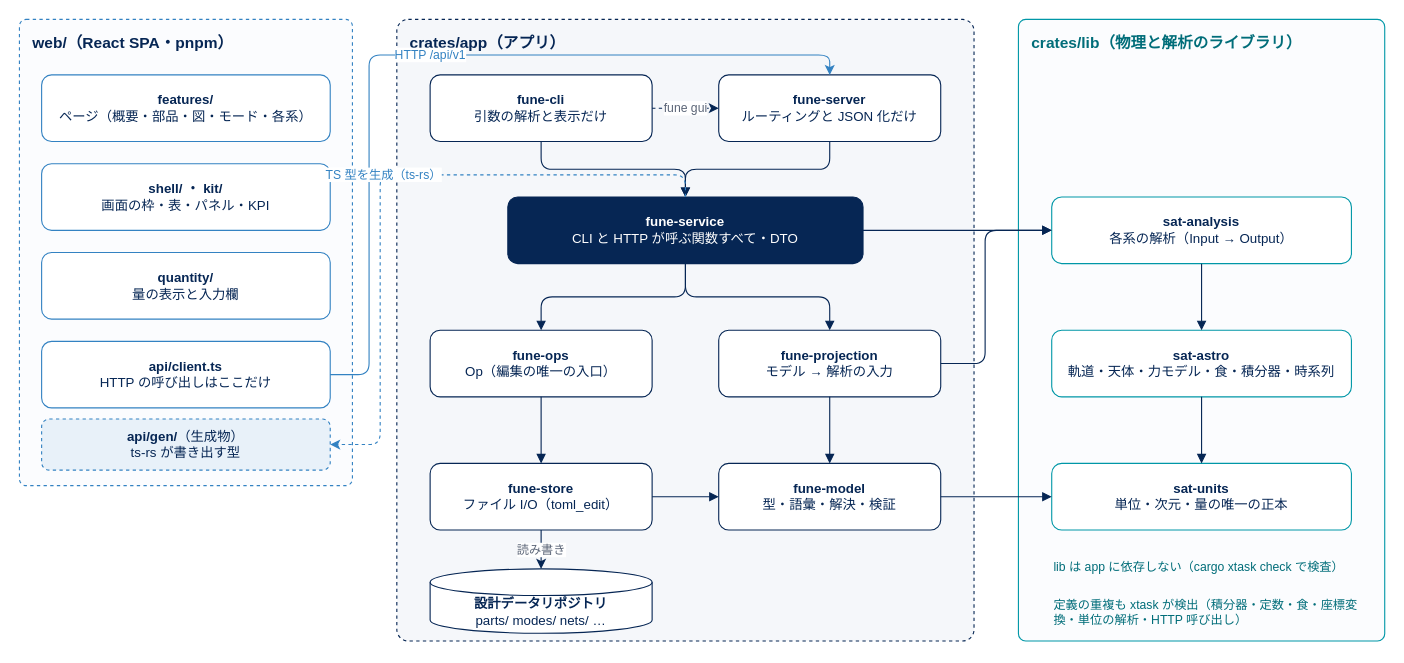
akira-nkjm/iwafune keeps this draw.io diagram as docs/diagrams/crate-architecture.drawio. Above is the earlier version. Source tidied: cells renumbered, new cells numbered last; positions are measured from the earlier drawing's top-left corner, leaving out a move shared by most shapes. Both pictures are drawn from the tidied source at 111%, with x=0, y=0 at pixel (19, 19).
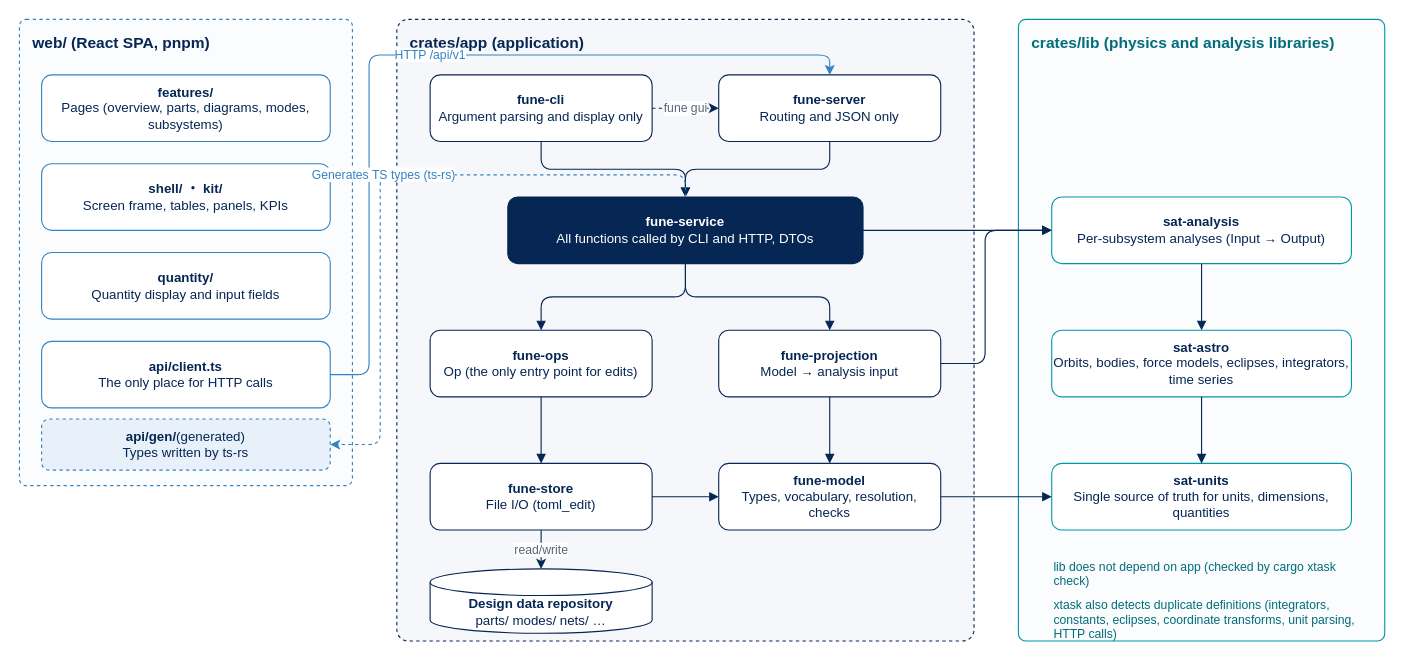
After the change.

Commit message (it also covers changes not shown here):
Translate the registry and the crate diagram into English (#218)

Rows, their order, section numbers and the code spans that name code are
unchanged; only placeholders inside code spans are translated.

Change to the diagram source:
```diff
@@
-    <mxCell id="2" value="web/（React SPA・pnpm）" style="rounded=1;arcSize=2;whiteSpace=wrap;html=1;dashed=1;fillColor=#fbfcfe;strokeColor=#3382c2;verticalAlign=top;align=left;spacingLeft=10;spacingTop=6;fontStyle=1;fontColor=#062654;fontSize=14;" parent="1" vertex="1">
+    <mxCell id="2" value="web/ (React SPA, pnpm)" style="rounded=1;arcSize=2;whiteSpace=wrap;html=1;dashed=1;fillColor=#fbfcfe;strokeColor=#3382c2;verticalAlign=top;align=left;spacingLeft=10;spacingTop=6;fontStyle=1;fontColor=#062654;fontSize=14;" parent="1" vertex="1">
       <mxGeometry width="300" height="420" as="geometry" />
     </mxCell>
-    <mxCell id="3" value="crates/app（アプリ）" style="rounded=1;arcSize=2;whiteSpace=wrap;html=1;dashed=1;fillColor=#f5f7fa;strokeColor=#062654;verticalAlign=top;align=left;spacingLeft=10;spacingTop=6;fontStyle=1;fontColor=#062654;fontSize=14;" parent="1" vertex="1">
+    <mxCell id="3" value="crates/app (application)" style="rounded=1;arcSize=2;whiteSpace=wrap;html=1;dashed=1;fillColor=#f5f7fa;strokeColor=#062654;verticalAlign=top;align=left;spacingLeft=10;spacingTop=6;fontStyle=1;fontColor=#062654;fontSize=14;" parent="1" vertex="1">
       <mxGeometry x="340" width="520" height="560" as="geometry" />
     </mxCell>
-    <mxCell id="4" value="crates/lib（物理と解析のライブラリ）" style="rounded=1;arcSize=2;whiteSpace=wrap;html=1;dashed=0;fillColor=#fbfcfe;strokeColor=#0097a7;verticalAlign=top;align=left;spacingLeft=10;spacingTop=6;fontStyle=1;fontColor=#006d79;fontSize=14;" parent="1" vertex="1">
+    <mxCell id="4" value="crates/lib (physics and analysis libraries)" style="rounded=1;arcSize=2;whiteSpace=wrap;html=1;dashed=0;fillColor=#fbfcfe;strokeColor=#0097a7;verticalAlign=top;align=left;spacingLeft=10;spacingTop=6;fontStyle=1;fontColor=#006d79;fontSize=14;" parent="1" vertex="1">
       <mxGeometry x="900" width="330" height="560" as="geometry" />
     </mxCell>
-    <mxCell id="5" value="&lt;b&gt;features/&lt;/b&gt;&lt;br&gt;ページ（概要・部品・図・モード・各系）" style="rounded=1;whiteSpace=wrap;html=1;fillColor=#ffffff;strokeColor=#3382c2;fontColor=#062654;fontSize=12;" parent="1" vertex="1">
+    <mxCell id="5" value="&lt;b&gt;features/&lt;/b&gt;&lt;br&gt;Pages (overview, parts, diagrams, modes, subsystems)" style="rounded=1;whiteSpace=wrap;html=1;fillColor=#ffffff;strokeColor=#3382c2;fontColor=#062654;fontSize=12;" parent="1" vertex="1">
       <mxGeometry x="20" y="50" width="260" height="60" as="geometry" />
     </mxCell>
-    <mxCell id="6" value="&lt;b&gt;shell/ ・ kit/&lt;/b&gt;&lt;br&gt;画面の枠・表・パネル・KPI" style="rounded=1;whiteSpace=wrap;html=1;fillColor=#ffffff;strokeColor=#3382c2;fontColor=#062654;fontSize=12;" parent="1" vertex="1">
+    <mxCell id="6" value="&lt;b&gt;shell/ ・ kit/&lt;/b&gt;&lt;br&gt;Screen frame, tables, panels, KPIs" style="rounded=1;whiteSpace=wrap;html=1;fillColor=#ffffff;strokeColor=#3382c2;fontColor=#062654;fontSize=12;" parent="1" vertex="1">
       <mxGeometry x="20" y="130" width="260" height="60" as="geometry" />
     </mxCell>
-    <mxCell id="7" value="&lt;b&gt;quantity/&lt;/b&gt;&lt;br&gt;量の表示と入力欄" style="rounded=1;whiteSpace=wrap;html=1;fillColor=#ffffff;strokeColor=#3382c2;fontColor=#062654;fontSize=12;" parent="1" vertex="1">
+    <mxCell id="7" value="&lt;b&gt;quantity/&lt;/b&gt;&lt;br&gt;Quantity display and input fields" style="rounded=1;whiteSpace=wrap;html=1;fillColor=#ffffff;strokeColor=#3382c2;fontColor=#062654;fontSize=12;" parent="1" vertex="1">
       <mxGeometry x="20" y="210" width="260" height="60" as="geometry" />
     </mxCell>
-    <mxCell id="8" value="&lt;b&gt;api/client.ts&lt;/b&gt;&lt;br&gt;HTTP の呼び出しはここだけ" style="rounded=1;whiteSpace=wrap;html=1;fillColor=#ffffff;strokeColor=#3382c2;fontColor=#062654;fontSize=12;" parent="1" vertex="1">
+    <mxCell id="8" value="&lt;b&gt;api/client.ts&lt;/b&gt;&lt;br&gt;The only place for HTTP calls" style="rounded=1;whiteSpace=wrap;html=1;fillColor=#ffffff;strokeColor=#3382c2;fontColor=#062654;fontSize=12;" parent="1" vertex="1">
       <mxGeometry x="20" y="290" width="260" height="60" as="geometry" />
     </mxCell>
-    <mxCell id="9" value="&lt;b&gt;api/gen/&lt;/b&gt;（生成物）&lt;br&gt;ts-rs が書き出す型" style="rounded=1;whiteSpace=wrap;html=1;fillColor=#e8f1f9;strokeColor=#3382c2;fontColor=#062654;fontSize=12;dashed=1;" parent="1" vertex="1">
+    <mxCell id="9" value="&lt;b&gt;api/gen/&lt;/b&gt;(generated)&lt;br&gt;Types written by ts-rs" style="rounded=1;whiteSpace=wrap;html=1;fillColor=#e8f1f9;strokeColor=#3382c2;fontColor=#062654;fontSize=12;dashed=1;" parent="1" vertex="1">
       <mxGeometry x="20" y="360" width="260" height="46" as="geometry" />
     </mxCell>
-    <mxCell id="10" value="&lt;b&gt;fune-cli&lt;/b&gt;&lt;br&gt;引数の解析と表示だけ" style="rounded=1;whiteSpace=wrap;html=1;fillColor=#ffffff;strokeColor=#062654;fontColor=#062654;fontSize=12;" parent="1" vertex="1">
+    <mxCell id="10" value="&lt;b&gt;fune-cli&lt;/b&gt;&lt;br&gt;Argument parsing and display only" style="rounded=1;whiteSpace=wrap;html=1;fillColor=#ffffff;strokeColor=#062654;fontColor=#062654;fontSize=12;" parent="1" vertex="1">
       <mxGeometry x="370" y="50" width="200" height="60" as="geometry" />
     </mxCell>
-    <mxCell id="11" value="&lt;b&gt;fune-server&lt;/b&gt;&lt;br&gt;ルーティングと JSON 化だけ" style="rounded=1;whiteSpace=wrap;html=1;fillColor=#ffffff;strokeColor=#062654;fontColor=#062654;fontSize=12;" parent="1" vertex="1">
+    <mxCell id="11" value="&lt;b&gt;fune-server&lt;/b&gt;&lt;br&gt;Routing and JSON only" style="rounded=1;whiteSpace=wrap;html=1;fillColor=#ffffff;strokeColor=#062654;fontColor=#062654;fontSize=12;" parent="1" vertex="1">
       <mxGeometry x="630" y="50" width="200" height="60" as="geometry" />
     </mxCell>
-    <mxCell id="12" value="&lt;b&gt;fune-service&lt;/b&gt;&lt;br&gt;CLI と HTTP が呼ぶ関数すべて・DTO" style="rounded=1;whiteSpace=wrap;html=1;fillColor=#062654;strokeColor=#062654;fontColor=#ffffff;fontSize=12;" parent="1" vertex="1">
+    <mxCell id="12" value="&lt;b&gt;fune-service&lt;/b&gt;&lt;br&gt;All functions called by CLI and HTTP, DTOs" style="rounded=1;whiteSpace=wrap;html=1;fillColor=#062654;strokeColor=#062654;fontColor=#ffffff;fontSize=12;" parent="1" vertex="1">
       <mxGeometry x="440" y="160" width="320" height="60" as="geometry" />
     </mxCell>
-    <mxCell id="13" value="&lt;b&gt;fune-ops&lt;/b&gt;&lt;br&gt;Op（編集の唯一の入口）" style="rounded=1;whiteSpace=wrap;html=1;fillColor=#ffffff;strokeColor=#062654;fontColor=#062654;fontSize=12;" parent="1" vertex="1">
+    <mxCell id="13" value="&lt;b&gt;fune-ops&lt;/b&gt;&lt;br&gt;Op (the only entry point for edits)" style="rounded=1;whiteSpace=wrap;html=1;fillColor=#ffffff;strokeColor=#062654;fontColor=#062654;fontSize=12;" parent="1" vertex="1">
       <mxGeometry x="370" y="280" width="200" height="60" as="geometry" />
     </mxCell>
-    <mxCell id="14" value="&lt;b&gt;fune-projection&lt;/b&gt;&lt;br&gt;モデル → 解析の入力" style="rounded=1;whiteSpace=wrap;html=1;fillColor=#ffffff;strokeColor=#062654;fontColor=#062654;fontSize=12;" parent="1" vertex="1">
+    <mxCell id="14" value="&lt;b&gt;fune-projection&lt;/b&gt;&lt;br&gt;Model → analysis input" style="rounded=1;whiteSpace=wrap;html=1;fillColor=#ffffff;strokeColor=#062654;fontColor=#062654;fontSize=12;" parent="1" vertex="1">
       <mxGeometry x="630" y="280" width="200" height="60" as="geometry" />
     </mxCell>
-    <mxCell id="15" value="&lt;b&gt;fune-store&lt;/b&gt;&lt;br&gt;ファイル I/O（toml_edit）" style="rounded=1;whiteSpace=wrap;html=1;fillColor=#ffffff;strokeColor=#062654;fontColor=#062654;fontSize=12;" parent="1" vertex="1">
+    <mxCell id="15" value="&lt;b&gt;fune-store&lt;/b&gt;&lt;br&gt;File I/O (toml_edit)" style="rounded=1;whiteSpace=wrap;html=1;fillColor=#ffffff;strokeColor=#062654;fontColor=#062654;fontSize=12;" parent="1" vertex="1">
       <mxGeometry x="370" y="400" width="200" height="60" as="geometry" />
     </mxCell>
-    <mxCell id="16" value="&lt;b&gt;fune-model&lt;/b&gt;&lt;br&gt;型・語彙・解決・検証" style="rounded=1;whiteSpace=wrap;html=1;fillColor=#ffffff;strokeColor=#062654;fontColor=#062654;fontSize=12;" parent="1" vertex="1">
+    <mxCell id="16" value="&lt;b&gt;fune-model&lt;/b&gt;&lt;br&gt;Types, vocabulary, resolution, checks" style="rounded=1;whiteSpace=wrap;html=1;fillColor=#ffffff;strokeColor=#062654;fontColor=#062654;fontSize=12;" parent="1" vertex="1">
       <mxGeometry x="630" y="400" width="200" height="60" as="geometry" />
     </mxCell>
-    <mxCell id="17" value="&lt;b&gt;sat-analysis&lt;/b&gt;&lt;br&gt;各系の解析（Input → Output）" style="rounded=1;whiteSpace=wrap;html=1;fillColor=#ffffff;strokeColor=#0097a7;fontColor=#062654;fontSize=12;" parent="1" vertex="1">
+    <mxCell id="17" value="&lt;b&gt;sat-analysis&lt;/b&gt;&lt;br&gt;Per-subsystem analyses (Input → Output)" style="rounded=1;whiteSpace=wrap;html=1;fillColor=#ffffff;strokeColor=#0097a7;fontColor=#062654;fontSize=12;" parent="1" vertex="1">
       <mxGeometry x="930" y="160" width="270" height="60" as="geometry" />
     </mxCell>
-    <mxCell id="18" value="&lt;b&gt;sat-astro&lt;/b&gt;&lt;br&gt;軌道・天体・力モデル・食・積分器・時系列" style="rounded=1;whiteSpace=wrap;html=1;fillColor=#ffffff;strokeColor=#0097a7;fontColor=#062654;fontSize=12;" parent="1" vertex="1">
+    <mxCell id="18" value="&lt;b&gt;sat-astro&lt;/b&gt;&lt;br&gt;Orbits, bodies, force models, eclipses, integrators, time series" style="rounded=1;whiteSpace=wrap;html=1;fillColor=#ffffff;strokeColor=#0097a7;fontColor=#062654;fontSize=12;" parent="1" vertex="1">
       <mxGeometry x="930" y="280" width="270" height="60" as="geometry" />
     </mxCell>
-    <mxCell id="19" value="&lt;b&gt;sat-units&lt;/b&gt;&lt;br&gt;単位・次元・量の唯一の正本" style="rounded=1;whiteSpace=wrap;html=1;fillColor=#ffffff;strokeColor=#0097a7;fontColor=#062654;fontSize=12;" parent="1" vertex="1">
+    <mxCell id="19" value="&lt;b&gt;sat-units&lt;/b&gt;&lt;br&gt;Single source of truth for units, dimensions, quantities" style="rounded=1;whiteSpace=wrap;html=1;fillColor=#ffffff;strokeColor=#0097a7;fontColor=#062654;fontSize=12;" parent="1" vertex="1">
       <mxGeometry x="930" y="400" width="270" height="60" as="geometry" />
     </mxCell>
-    <mxCell id="20" value="&lt;b&gt;設計データリポジトリ&lt;/b&gt;&lt;br&gt;parts/ modes/ nets/ …" style="shape=cylinder3;whiteSpace=wrap;html=1;boundedLbl=1;size=12;fillColor=#ffffff;strokeColor=#062654;fontColor=#062654;" parent="1" vertex="1">
+    <mxCell id="20" value="&lt;b&gt;Design data repository&lt;/b&gt;&lt;br&gt;parts/ modes/ nets/ …" style="shape=cylinder3;whiteSpace=wrap;html=1;boundedLbl=1;size=12;fillColor=#ffffff;strokeColor=#062654;fontColor=#062654;" parent="1" vertex="1">
       <mxGeometry x="370" y="495" width="200" height="58" as="geometry" />
     </mxCell>
-    <mxCell id="21" value="lib は app に依存しない（cargo xtask check で検査）" style="text;html=1;whiteSpace=wrap;fontSize=11;fontColor=#006d79;" parent="1" vertex="1">
+    <mxCell id="21" value="lib does not depend on app (checked by cargo xtask check)" style="text;html=1;whiteSpace=wrap;fontSize=11;fontColor=#006d79;" parent="1" vertex="1">
       <mxGeometry x="930" y="480" width="270" height="40" as="geometry" />
     </mxCell>
-    <mxCell id="22" value="定義の重複も xtask が検出（積分器・定数・食・座標変換・単位の解析・HTTP 呼び出し）" style="text;html=1;whiteSpace=wrap;fontSize=11;fontColor=#006d79;" parent="1" vertex="1">
+    <mxCell id="22" value="xtask also detects duplicate definitions (integrators, constants, eclipses, coordinate transforms, unit parsing, HTTP calls)" style="text;html=1;whiteSpace=wrap;fontSize=11;fontColor=#006d79;" parent="1" vertex="1">
       <mxGeometry x="930" y="515" width="280" height="40" as="geometry" />
     </mxCell>
@@
-    <mxCell id="36" value="読み書き" style="edgeStyle=orthogonalEdgeStyle;html=1;fontSize=11;strokeColor=#062654;fontColor=#5b6577;" parent="1" edge="1" source="15" target="20">
+    <mxCell id="36" value="read/write" style="edgeStyle=orthogonalEdgeStyle;html=1;fontSize=11;strokeColor=#062654;fontColor=#5b6577;" parent="1" edge="1" source="15" target="20">
       <mxGeometry relative="1" as="geometry" />
     </mxCell>
-    <mxCell id="37" value="TS 型を生成（ts-rs）" style="edgeStyle=orthogonalEdgeStyle;html=1;fontSize=11;strokeColor=#3382c2;fontColor=#3382c2;dashed=1;" parent="1" edge="1" source="12" target="9">
+    <mxCell id="37" value="Generates TS types (ts-rs)" style="edgeStyle=orthogonalEdgeStyle;html=1;fontSize=11;strokeColor=#3382c2;fontColor=#3382c2;dashed=1;" parent="1" edge="1" source="12" target="9">
       <mxGeometry relative="1" as="geometry">
         <Array as="points">
           <mxPoint x="600" y="140" />
           <mxPoint x="325" y="140" />
           <mxPoint x="325" y="383" />
         </Array>
       </mxGeometry>
     </mxCell>
```
